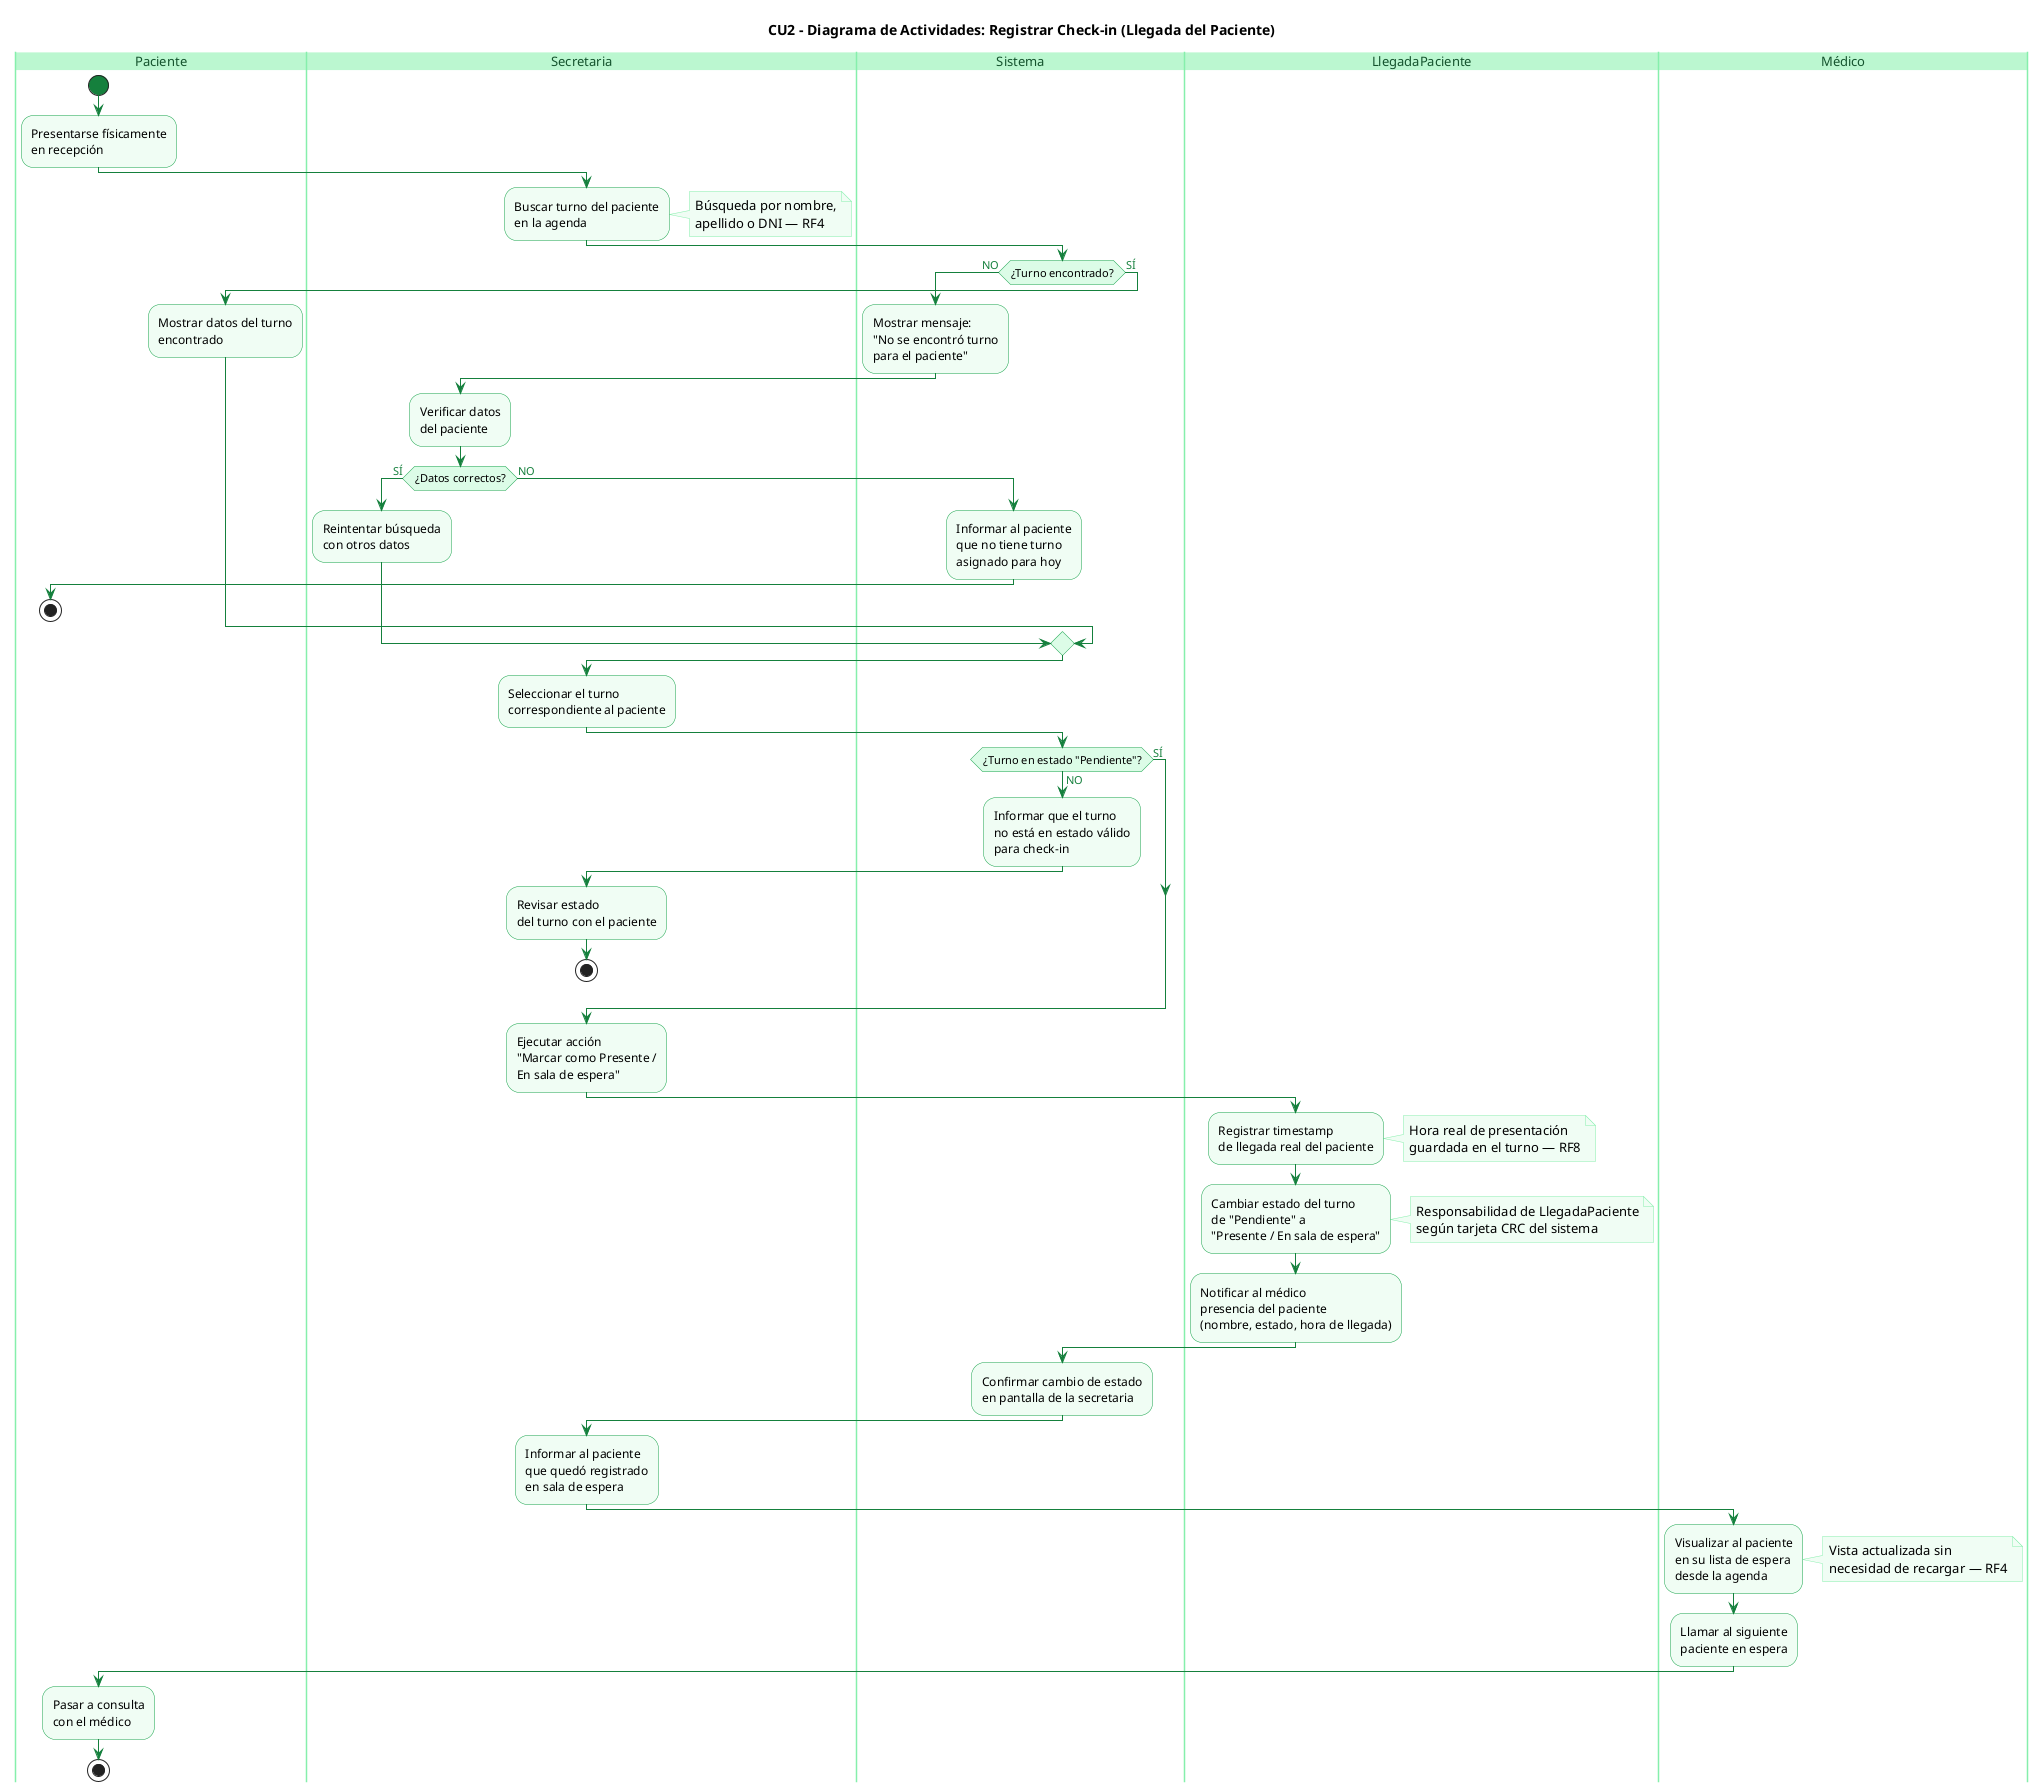
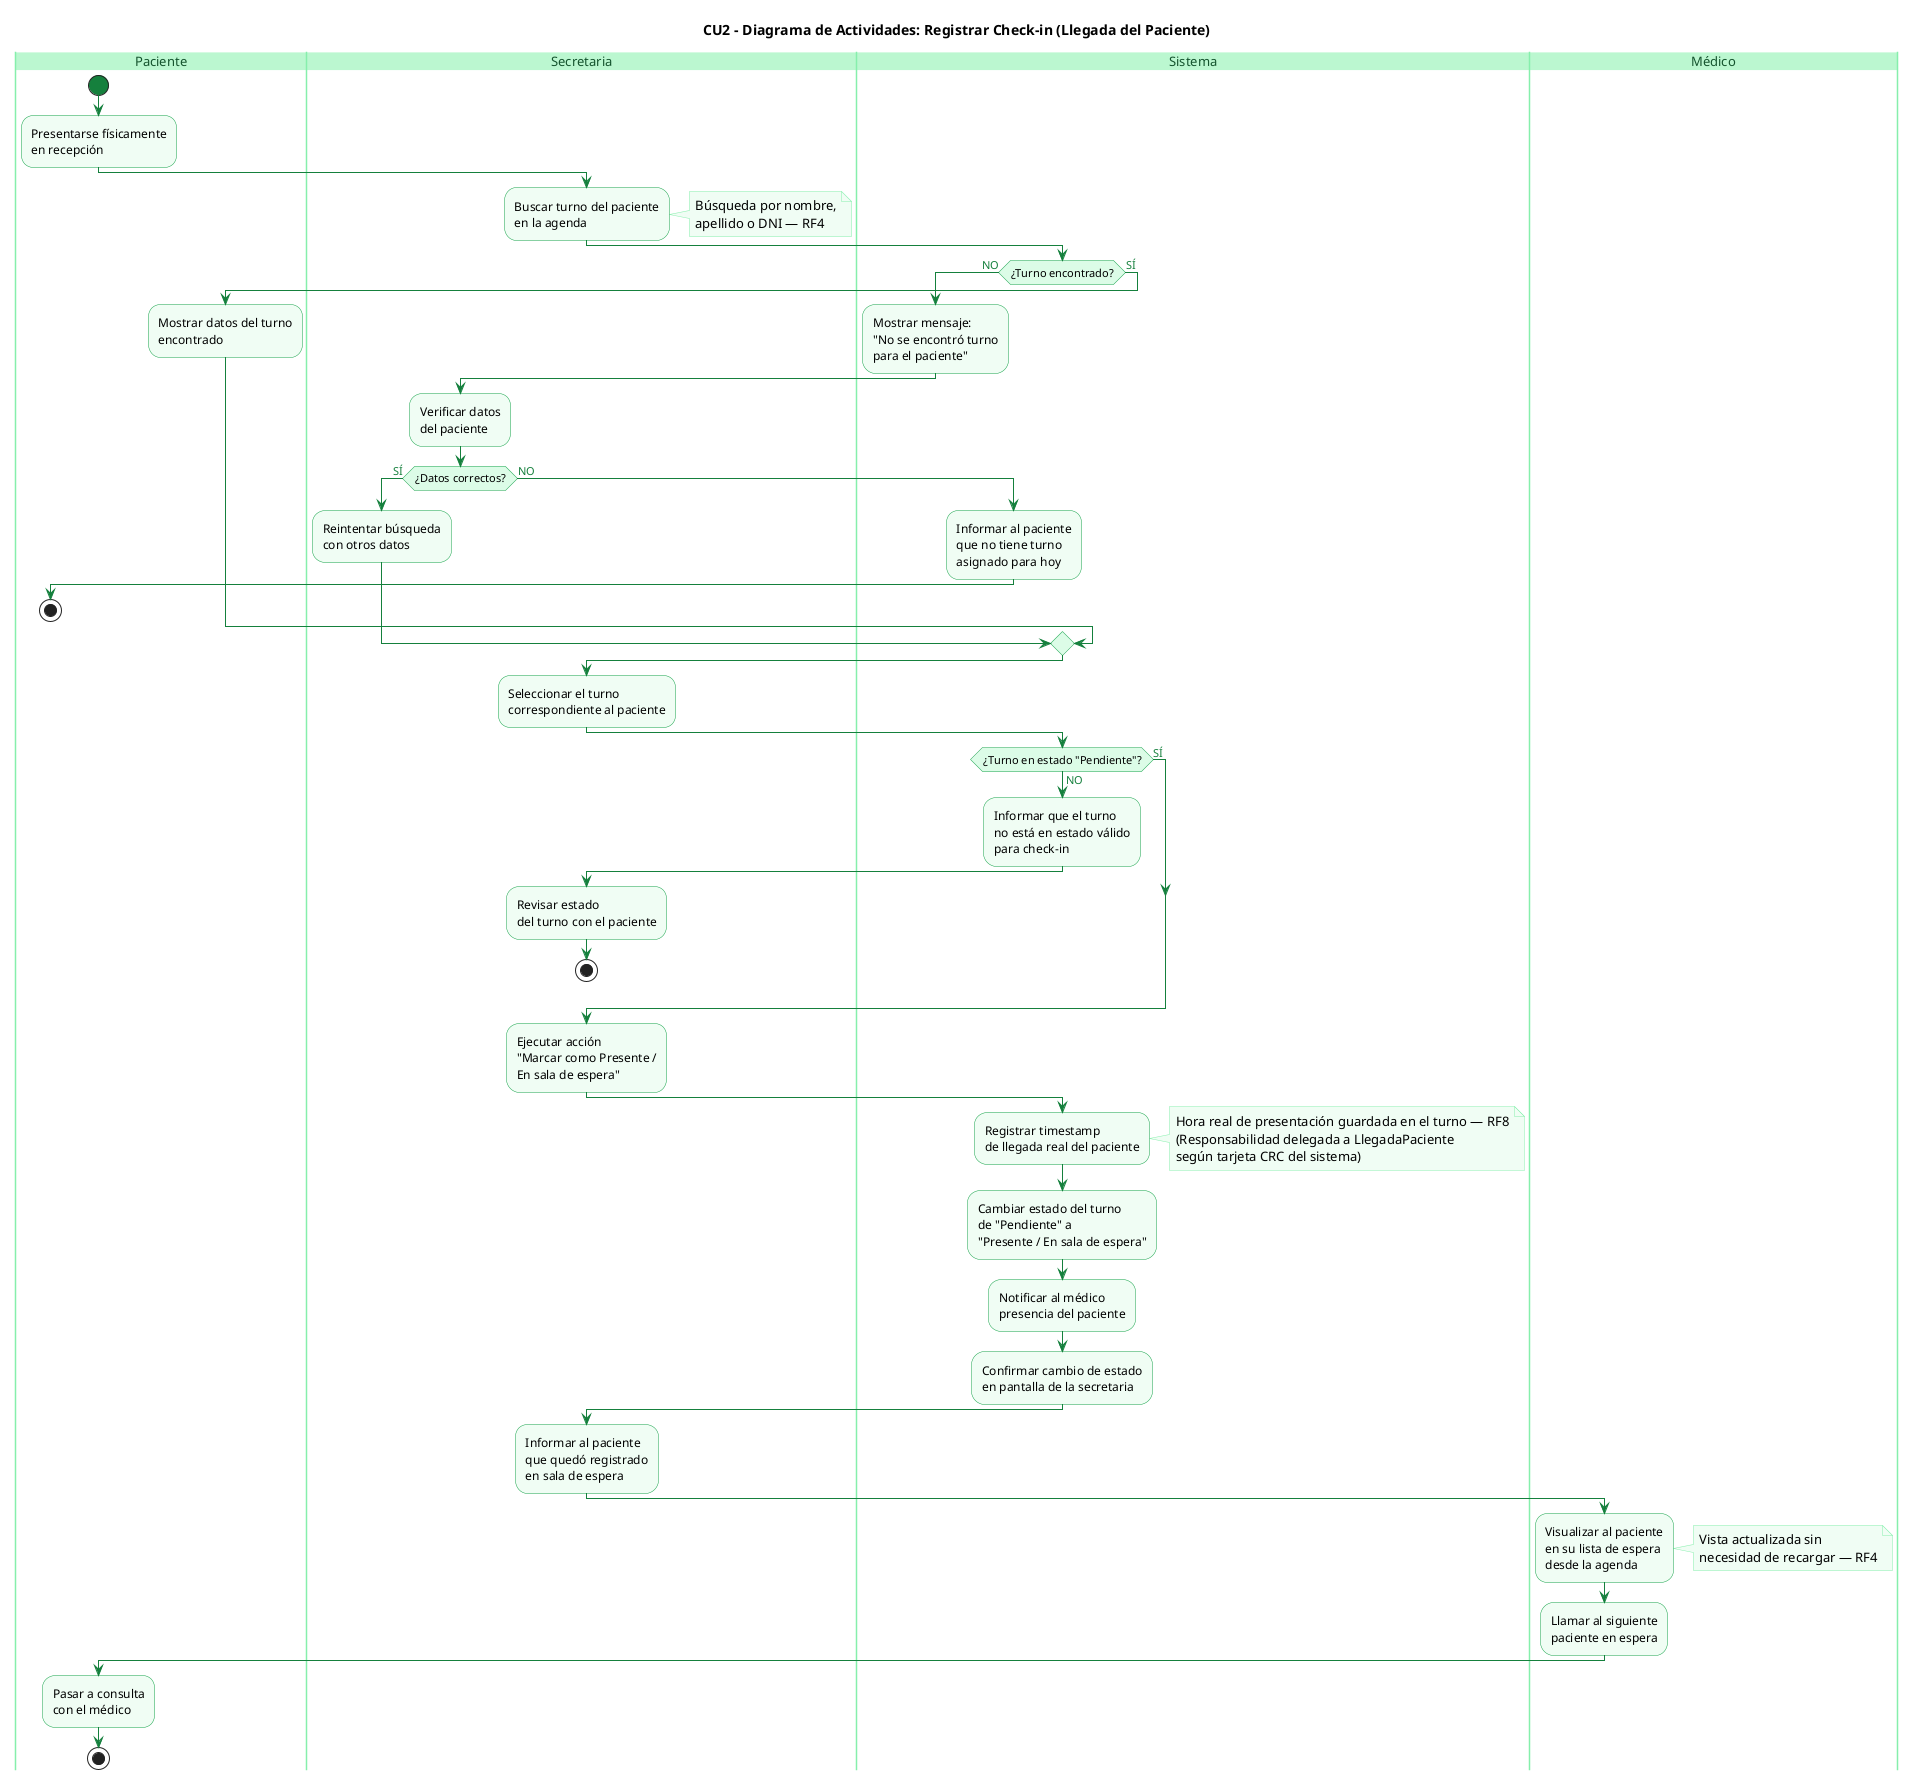
@startuml 04-actividad-registrar-checkin-02

skinparam backgroundColor #FFFFFF
skinparam activity {
    BackgroundColor #F0FDF4
    BorderColor #16A34A
    ArrowColor #15803D
    DiamondBackgroundColor #DCFCE7
    DiamondBorderColor #16A34A
    StartColor #15803D
    EndColor #15803D
}
skinparam swimlane {
    BorderColor #86EFAC
    TitleBackgroundColor #BBF7D0
    TitleFontColor #14532D
    TitleFontSize 13
}
skinparam ArrowFontColor #15803D
skinparam NoteBorderColor #86EFAC
skinparam NoteBackgroundColor #F0FDF4

title CU2 - Diagrama de Actividades: Registrar Check-in (Llegada del Paciente)

|Paciente|
start
:Presentarse físicamente\nen recepción;

|Secretaria|
:Buscar turno del paciente\nen la agenda;

note right
  Búsqueda por nombre,
  apellido o DNI — RF4
end note

|Sistema|
if (¿Turno encontrado?) then (NO)
  :Mostrar mensaje:\n"No se encontró turno\npara el paciente";
  |Secretaria|
  :Verificar datos\ndel paciente;
  if (¿Datos correctos?) then (SÍ)
    :Reintentar búsqueda\ncon otros datos;
    |Sistema|
  else (NO)
    :Informar al paciente\nque no tiene turno\nasignado para hoy;
    |Paciente|
    stop
  endif
else (SÍ)
  :Mostrar datos del turno\nencontrado;
endif

|Secretaria|
:Seleccionar el turno\ncorrespondiente al paciente;

|Sistema|
if (¿Turno en estado "Pendiente"?) then (NO)
  :Informar que el turno\nno está en estado válido\npara check-in;
  |Secretaria|
  :Revisar estado\ndel turno con el paciente;
  stop
else (SÍ)
endif

|Secretaria|
:Ejecutar acción\n"Marcar como Presente /\nEn sala de espera";

- |LlegadaPaciente|
+ |Sistema|
:Registrar timestamp\nde llegada real del paciente;

note right
-   Hora real de presentación
-   guardada en el turno — RF8
+   Hora real de presentación guardada en el turno — RF8
+   (Responsabilidad delegada a LlegadaPaciente
+   según tarjeta CRC del sistema)
end note

:Cambiar estado del turno\nde "Pendiente" a\n"Presente / En sala de espera";
- 
- note right
-   Responsabilidad de LlegadaPaciente
-   según tarjeta CRC del sistema
- end note
- 
- :Notificar al médico\npresencia del paciente\n(nombre, estado, hora de llegada);
- 
- |Sistema|
+ :Notificar al médico\npresencia del paciente;
:Confirmar cambio de estado\nen pantalla de la secretaria;

|Secretaria|
:Informar al paciente\nque quedó registrado\nen sala de espera;

|Médico|
:Visualizar al paciente\nen su lista de espera\ndesde la agenda;

note right
  Vista actualizada sin
  necesidad de recargar — RF4
end note

:Llamar al siguiente\npaciente en espera;

|Paciente|
:Pasar a consulta\ncon el médico;

stop

@enduml
